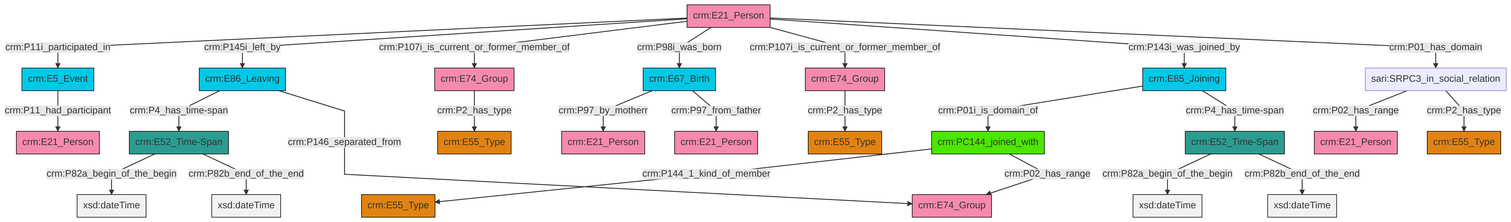
Above: et/personCSV/ttl/mmd/png/Person_Actor_Relations.png in swiss-art-research-net/reference-data-models (Mermaid), before the change. Its source is kept beside it as et/personCSV/ttl/mmd/Person_Actor_Relations.ttl.mmd.
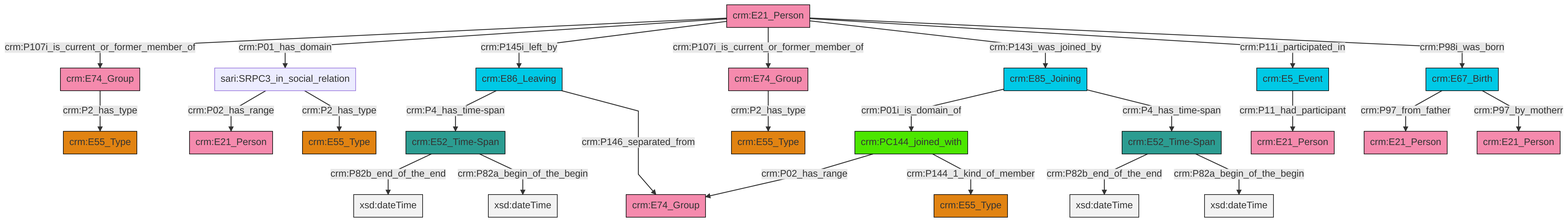
The same file after the commit.

Change to the diagram source:
```diff
@@ -13,27 +13,27 @@
 classDef PC_Classes fill:#4ce600, stroke:#000000;
 classDef Multi fill:#cccccc,stroke:#000000;
 
-2["crm:E85_Joining"]:::Temporal_Entity -->|crm:P01i_is_domain_of| 3["crm:PC144_joined_with"]:::PC_Classes
-5["sari:SRPC3_in_social_relation"]:::Default -->|crm:P02_has_range| 0["crm:E21_Person"]:::Actor
-6["crm:E67_Birth"]:::Temporal_Entity -->|crm:P97_by_motherr| 7["crm:E21_Person"]:::Actor
-2["crm:E85_Joining"]:::Temporal_Entity -->|crm:P4_has_time-span| 8["crm:E52_Time-Span"]:::Time-Span
-11["crm:E21_Person"]:::Actor -->|crm:P11i_participated_in| 12["crm:E5_Event"]:::Temporal_Entity
-11["crm:E21_Person"]:::Actor -->|crm:P145i_left_by| 14["crm:E86_Leaving"]:::Temporal_Entity
-8["crm:E52_Time-Span"]:::Time-Span -->|crm:P82a_begin_of_the_begin| 15[xsd:dateTime]:::Literal
-20["crm:E52_Time-Span"]:::Time-Span -->|crm:P82a_begin_of_the_begin| 21[xsd:dateTime]:::Literal
-24["crm:E74_Group"]:::Actor -->|crm:P2_has_type| 25["crm:E55_Type"]:::Type
-11["crm:E21_Person"]:::Actor -->|crm:P107i_is_current_or_former_member_of| 26["crm:E74_Group"]:::Actor
-11["crm:E21_Person"]:::Actor -->|crm:P98i_was_born| 6["crm:E67_Birth"]:::Temporal_Entity
-11["crm:E21_Person"]:::Actor -->|crm:P107i_is_current_or_former_member_of| 24["crm:E74_Group"]:::Actor
-11["crm:E21_Person"]:::Actor -->|crm:P143i_was_joined_by| 2["crm:E85_Joining"]:::Temporal_Entity
-14["crm:E86_Leaving"]:::Temporal_Entity -->|crm:P4_has_time-span| 20["crm:E52_Time-Span"]:::Time-Span
-5["sari:SRPC3_in_social_relation"]:::Default -->|crm:P2_has_type| 9["crm:E55_Type"]:::Type
-8["crm:E52_Time-Span"]:::Time-Span -->|crm:P82b_end_of_the_end| 36[xsd:dateTime]:::Literal
-3["crm:PC144_joined_with"]:::PC_Classes -->|crm:P144_1_kind_of_member| 22["crm:E55_Type"]:::Type
-20["crm:E52_Time-Span"]:::Time-Span -->|crm:P82b_end_of_the_end| 37[xsd:dateTime]:::Literal
-26["crm:E74_Group"]:::Actor -->|crm:P2_has_type| 32["crm:E55_Type"]:::Type
-12["crm:E5_Event"]:::Temporal_Entity -->|crm:P11_had_participant| 17["crm:E21_Person"]:::Actor
-6["crm:E67_Birth"]:::Temporal_Entity -->|crm:P97_from_father| 27["crm:E21_Person"]:::Actor
-14["crm:E86_Leaving"]:::Temporal_Entity -->|crm:P146_separated_from| 43["crm:E74_Group"]:::Actor
-11["crm:E21_Person"]:::Actor -->|crm:P01_has_domain| 5["sari:SRPC3_in_social_relation"]:::Default
-3["crm:PC144_joined_with"]:::PC_Classes -->|crm:P02_has_range| 43["crm:E74_Group"]:::Actor
+0["crm:E52_Time-Span"]:::Time-Span -->|crm:P82b_end_of_the_end| 1[xsd:dateTime]:::Literal
+2["crm:E21_Person"]:::Actor -->|crm:P107i_is_current_or_former_member_of| 3["crm:E74_Group"]:::Actor
+11["crm:E67_Birth"]:::Temporal_Entity -->|crm:P97_from_father| 12["crm:E21_Person"]:::Actor
+13["crm:E74_Group"]:::Actor -->|crm:P2_has_type| 14["crm:E55_Type"]:::Type
+18["crm:E86_Leaving"]:::Temporal_Entity -->|crm:P4_has_time-span| 6["crm:E52_Time-Span"]:::Time-Span
+2["crm:E21_Person"]:::Actor -->|crm:P01_has_domain| 4["sari:SRPC3_in_social_relation"]:::Default
+19["crm:PC144_joined_with"]:::PC_Classes -->|crm:P02_has_range| 20["crm:E74_Group"]:::Actor
+2["crm:E21_Person"]:::Actor -->|crm:P145i_left_by| 18["crm:E86_Leaving"]:::Temporal_Entity
+19["crm:PC144_joined_with"]:::PC_Classes -->|crm:P144_1_kind_of_member| 24["crm:E55_Type"]:::Type
+2["crm:E21_Person"]:::Actor -->|crm:P107i_is_current_or_former_member_of| 13["crm:E74_Group"]:::Actor
+3["crm:E74_Group"]:::Actor -->|crm:P2_has_type| 22["crm:E55_Type"]:::Type
+4["sari:SRPC3_in_social_relation"]:::Default -->|crm:P02_has_range| 29["crm:E21_Person"]:::Actor
+2["crm:E21_Person"]:::Actor -->|crm:P143i_was_joined_by| 16["crm:E85_Joining"]:::Temporal_Entity
+18["crm:E86_Leaving"]:::Temporal_Entity -->|crm:P146_separated_from| 20["crm:E74_Group"]:::Actor
+0["crm:E52_Time-Span"]:::Time-Span -->|crm:P82a_begin_of_the_begin| 32[xsd:dateTime]:::Literal
+2["crm:E21_Person"]:::Actor -->|crm:P11i_participated_in| 33["crm:E5_Event"]:::Temporal_Entity
+16["crm:E85_Joining"]:::Temporal_Entity -->|crm:P01i_is_domain_of| 19["crm:PC144_joined_with"]:::PC_Classes
+6["crm:E52_Time-Span"]:::Time-Span -->|crm:P82b_end_of_the_end| 38[xsd:dateTime]:::Literal
+16["crm:E85_Joining"]:::Temporal_Entity -->|crm:P4_has_time-span| 0["crm:E52_Time-Span"]:::Time-Span
+6["crm:E52_Time-Span"]:::Time-Span -->|crm:P82a_begin_of_the_begin| 39[xsd:dateTime]:::Literal
+11["crm:E67_Birth"]:::Temporal_Entity -->|crm:P97_by_motherr| 9["crm:E21_Person"]:::Actor
+33["crm:E5_Event"]:::Temporal_Entity -->|crm:P11_had_participant| 34["crm:E21_Person"]:::Actor
+2["crm:E21_Person"]:::Actor -->|crm:P98i_was_born| 11["crm:E67_Birth"]:::Temporal_Entity
+4["sari:SRPC3_in_social_relation"]:::Default -->|crm:P2_has_type| 26["crm:E55_Type"]:::Type
```
